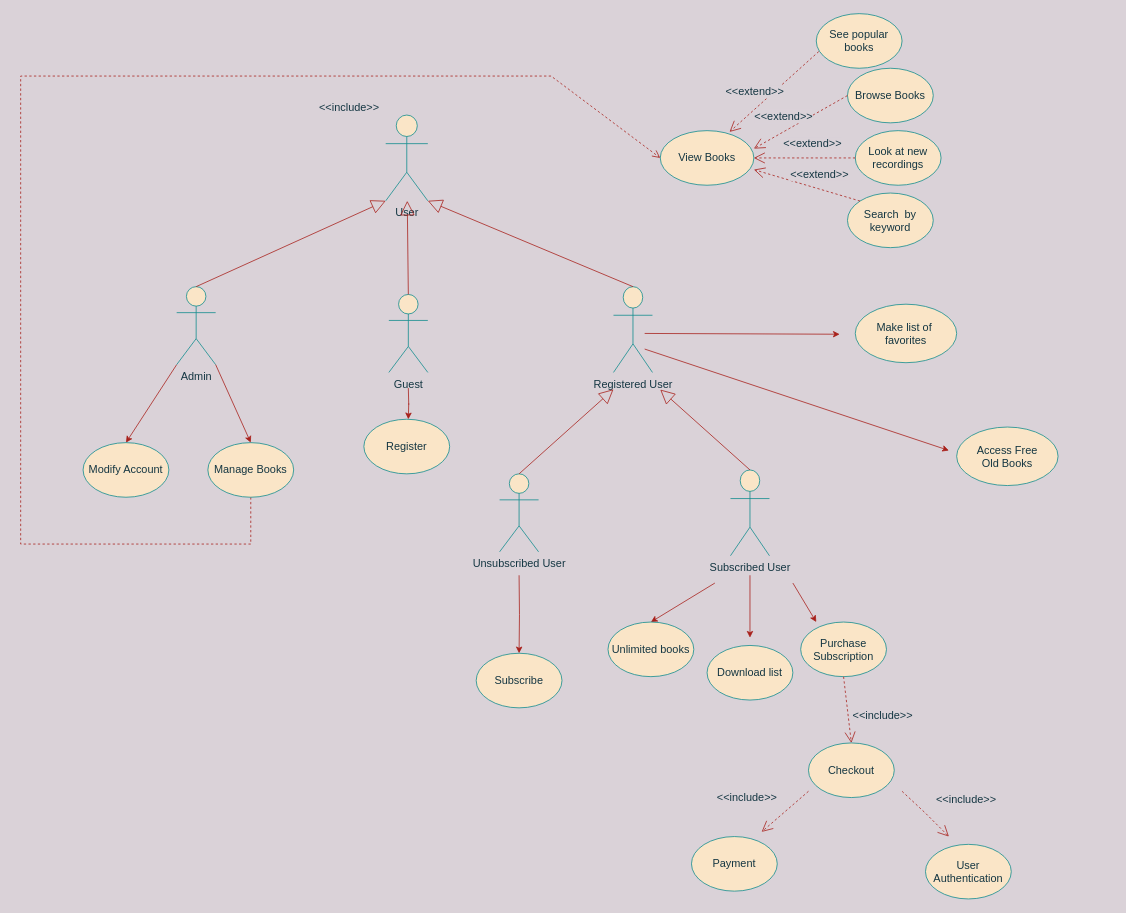
Earlier version of the draw.io diagram UseCase Diagram.drawio (omgits0mar/Audio_Book_System-SAAD). Source tidied: cells renumbered, new cells numbered last; positions are measured from the earlier drawing's top-left corner, leaving out a move shared by most shapes. Both pictures are drawn from the tidied source at 78%, with x=0, y=0 at pixel (20, 13).
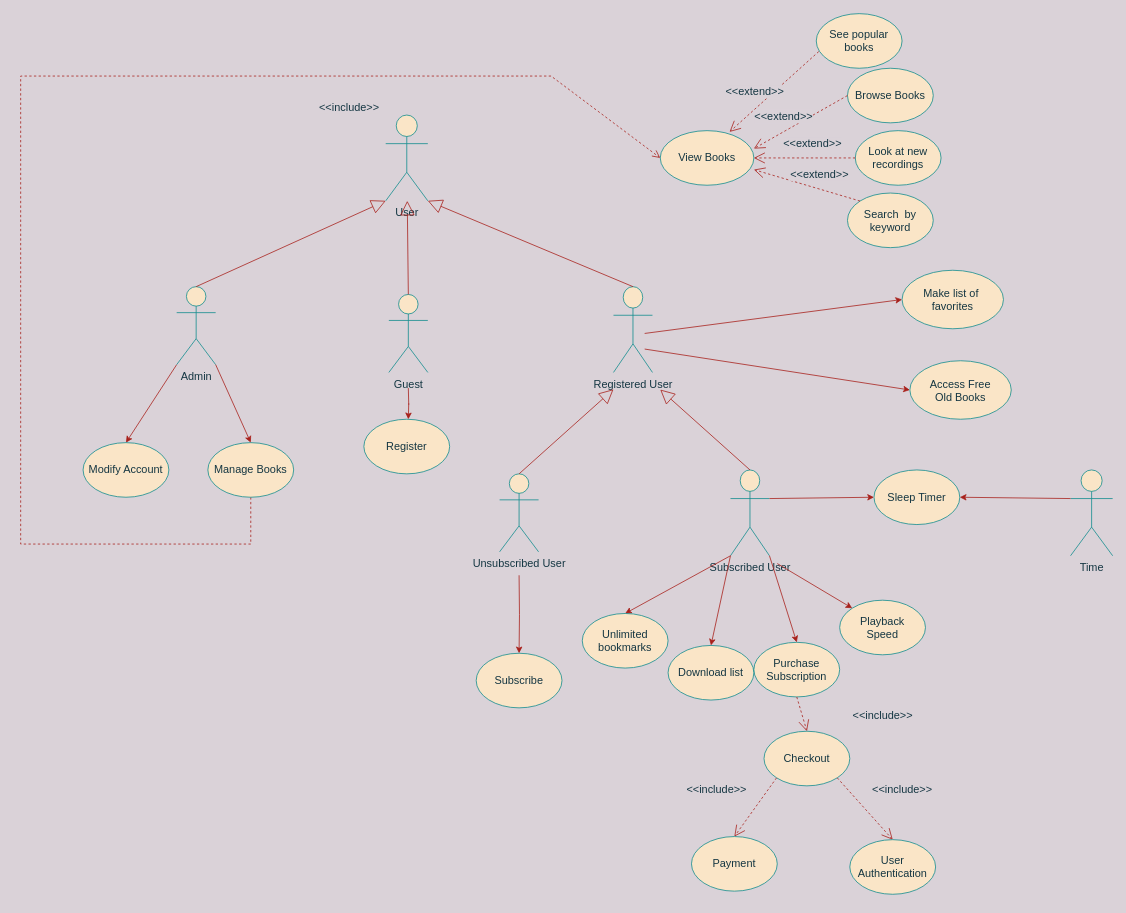
The same diagram, later.

The change refers to these unchanged cells:
```xml
<mxCell id="9" value="Subscribed User&lt;br style=&quot;font-size: 14px;&quot;&gt;&amp;nbsp;" style="shape=umlActor;verticalLabelPosition=bottom;verticalAlign=top;html=1;fontSize=14;fillColor=#FAE5C7;strokeColor=#0F8B8D;fontColor=#143642;" parent="1" vertex="1">
  <mxGeometry x="910" y="585" width="50" height="110" as="geometry" />
</mxCell>
<mxCell id="42" value="Payment" style="ellipse;whiteSpace=wrap;html=1;fontSize=14;fillColor=#FAE5C7;strokeColor=#0F8B8D;fontColor=#143642;" parent="1" vertex="1">
  <mxGeometry x="860" y="1055" width="110" height="70" as="geometry" />
</mxCell>
```

Change to the diagram source:
```diff
@@
-    <mxCell id="8" style="edgeStyle=orthogonalEdgeStyle;rounded=0;orthogonalLoop=1;jettySize=auto;html=1;fontSize=14;labelBackgroundColor=#DAD2D8;strokeColor=#A8201A;fontColor=#143642;" parent="1" edge="1">
-      <mxGeometry relative="1" as="geometry">
-        <mxPoint x="935" y="720" as="sourcePoint" />
-        <mxPoint x="935" y="800" as="targetPoint" />
-      </mxGeometry>
-    </mxCell>
@@
     <mxCell id="26" value="Download list" style="ellipse;whiteSpace=wrap;html=1;fontSize=14;fillColor=#FAE5C7;strokeColor=#0F8B8D;fontColor=#143642;" parent="1" vertex="1">
-      <mxGeometry x="880" y="810" width="110" height="70" as="geometry" />
+      <mxGeometry x="830" y="810" width="110" height="70" as="geometry" />
     </mxCell>
-    <mxCell id="27" style="endArrow=classic;html=1;rounded=0;fontSize=14;labelBackgroundColor=#DAD2D8;strokeColor=#A8201A;fontColor=#143642;" parent="1" edge="1">
+    <mxCell id="27" style="endArrow=classic;html=1;rounded=0;fontSize=14;labelBackgroundColor=#DAD2D8;strokeColor=#A8201A;fontColor=#143642;entryX=0;entryY=0.5;entryDx=0;entryDy=0;" parent="1" edge="1" target="28">
       <mxGeometry relative="1" as="geometry">
         <mxPoint x="800" y="410" as="sourcePoint" />
-        <mxPoint x="1050" y="411" as="targetPoint" />
       </mxGeometry>
     </mxCell>
     <mxCell id="28" value="Make list of&amp;nbsp;&lt;br&gt;favorites" style="ellipse;whiteSpace=wrap;html=1;fontSize=14;fillColor=#FAE5C7;strokeColor=#0F8B8D;fontColor=#143642;" parent="1" vertex="1">
-      <mxGeometry x="1070" y="372.5" width="130" height="75" as="geometry" />
+      <mxGeometry x="1130" y="329" width="130" height="75" as="geometry" />
     </mxCell>
@@
     <mxCell id="30" value="&lt;font style=&quot;font-size: 14px;&quot;&gt;Purchase&lt;br style=&quot;font-size: 14px;&quot;&gt;Subscription&lt;/font&gt;" style="ellipse;whiteSpace=wrap;html=1;fontSize=14;fillColor=#FAE5C7;strokeColor=#0F8B8D;fontColor=#143642;" parent="1" vertex="1">
-      <mxGeometry x="1000" y="780" width="110" height="70" as="geometry" />
+      <mxGeometry x="940" y="806" width="110" height="70" as="geometry" />
     </mxCell>
-    <mxCell id="31" style="endArrow=classic;html=1;rounded=0;fontSize=14;labelBackgroundColor=#DAD2D8;strokeColor=#A8201A;fontColor=#143642;" parent="1" edge="1">
-      <mxGeometry relative="1" as="geometry">
-        <mxPoint x="990" y="730" as="sourcePoint" />
-        <mxPoint x="1020" y="780" as="targetPoint" />
-      </mxGeometry>
+    <mxCell id="31" style="endArrow=classic;html=1;rounded=0;fontSize=14;labelBackgroundColor=#DAD2D8;strokeColor=#A8201A;fontColor=#143642;entryX=0.5;entryY=0;entryDx=0;entryDy=0;exitX=1;exitY=1;exitDx=0;exitDy=0;exitPerimeter=0;" parent="1" edge="1" source="9" target="30">
+      <mxGeometry relative="1" as="geometry" />
     </mxCell>
-    <mxCell id="32" style="endArrow=classic;html=1;rounded=0;fontSize=14;labelBackgroundColor=#DAD2D8;strokeColor=#A8201A;fontColor=#143642;entryX=0.5;entryY=0;entryDx=0;entryDy=0;" parent="1" edge="1" target="33">
-      <mxGeometry relative="1" as="geometry">
-        <mxPoint x="890" y="730" as="sourcePoint" />
-      </mxGeometry>
+    <mxCell id="32" style="endArrow=classic;html=1;rounded=0;fontSize=14;labelBackgroundColor=#DAD2D8;strokeColor=#A8201A;fontColor=#143642;entryX=0.5;entryY=0;entryDx=0;entryDy=0;exitX=0;exitY=1;exitDx=0;exitDy=0;exitPerimeter=0;" parent="1" edge="1" source="9" target="33">
+      <mxGeometry relative="1" as="geometry" />
     </mxCell>
-    <mxCell id="33" value="Unlimited books" style="ellipse;whiteSpace=wrap;html=1;fontSize=14;fillColor=#FAE5C7;strokeColor=#0F8B8D;fontColor=#143642;" parent="1" vertex="1">
-      <mxGeometry x="753" y="780" width="110" height="70" as="geometry" />
+    <mxCell id="33" value="Unlimited &lt;br&gt;bookmarks" style="ellipse;whiteSpace=wrap;html=1;fontSize=14;fillColor=#FAE5C7;strokeColor=#0F8B8D;fontColor=#143642;" parent="1" vertex="1">
+      <mxGeometry x="720" y="769" width="110" height="70" as="geometry" />
     </mxCell>
@@
     <mxCell id="36" value="&lt;font style=&quot;font-size: 14px;&quot;&gt;Checkout&lt;/font&gt;" style="ellipse;whiteSpace=wrap;html=1;fontSize=14;fillColor=#FAE5C7;strokeColor=#0F8B8D;fontColor=#143642;" parent="1" vertex="1">
-      <mxGeometry x="1010" y="935" width="110" height="70" as="geometry" />
+      <mxGeometry x="953" y="920" width="110" height="70" as="geometry" />
     </mxCell>
-    <mxCell id="37" style="endArrow=open;endSize=12;dashed=1;html=1;rounded=0;fontSize=14;labelBackgroundColor=#DAD2D8;strokeColor=#A8201A;fontColor=#143642;" parent="1" edge="1">
-      <mxGeometry relative="1" as="geometry">
-        <mxPoint x="1130" y="997" as="sourcePoint" />
-        <mxPoint x="1190" y="1055" as="targetPoint" />
-        <Array as="points">
-          <mxPoint x="1160" y="1025" />
-        </Array>
-      </mxGeometry>
+    <mxCell id="37" style="endArrow=open;endSize=12;dashed=1;html=1;rounded=0;fontSize=14;labelBackgroundColor=#DAD2D8;strokeColor=#A8201A;fontColor=#143642;entryX=0.5;entryY=0;entryDx=0;entryDy=0;exitX=1;exitY=1;exitDx=0;exitDy=0;" parent="1" edge="1" source="36" target="41">
+      <mxGeometry relative="1" as="geometry" />
     </mxCell>
@@
-    <mxCell id="39" style="endArrow=open;endSize=12;dashed=1;html=1;rounded=0;fontSize=14;labelBackgroundColor=#DAD2D8;strokeColor=#A8201A;fontColor=#143642;" parent="1" edge="1">
-      <mxGeometry relative="1" as="geometry">
-        <mxPoint x="1010" y="997" as="sourcePoint" />
-        <mxPoint x="950" y="1049" as="targetPoint" />
-      </mxGeometry>
+    <mxCell id="39" style="endArrow=open;endSize=12;dashed=1;html=1;rounded=0;fontSize=14;labelBackgroundColor=#DAD2D8;strokeColor=#A8201A;fontColor=#143642;entryX=0.5;entryY=0;entryDx=0;entryDy=0;exitX=0;exitY=1;exitDx=0;exitDy=0;" parent="1" edge="1" source="36" target="42">
+      <mxGeometry relative="1" as="geometry" />
     </mxCell>
@@
     <mxCell id="41" value="User Authentication" style="ellipse;whiteSpace=wrap;html=1;fontSize=14;fillColor=#FAE5C7;strokeColor=#0F8B8D;fontColor=#143642;" parent="1" vertex="1">
-      <mxGeometry x="1160" y="1065" width="110" height="70" as="geometry" />
+      <mxGeometry x="1063" y="1059" width="110" height="70" as="geometry" />
     </mxCell>
@@
-    <mxCell id="44" style="endArrow=classic;html=1;rounded=0;fontSize=14;labelBackgroundColor=#DAD2D8;strokeColor=#A8201A;fontColor=#143642;" parent="1" edge="1">
+    <mxCell id="44" style="endArrow=classic;html=1;rounded=0;fontSize=14;labelBackgroundColor=#DAD2D8;strokeColor=#A8201A;fontColor=#143642;entryX=0;entryY=0.5;entryDx=0;entryDy=0;" parent="1" edge="1" target="45">
       <mxGeometry relative="1" as="geometry">
         <mxPoint x="800" y="430" as="sourcePoint" />
-        <mxPoint x="1190" y="560" as="targetPoint" />
       </mxGeometry>
     </mxCell>
     <mxCell id="45" value="&lt;font style=&quot;font-size: 14px&quot;&gt;Access Free&lt;br&gt;Old Books&lt;/font&gt;" style="ellipse;whiteSpace=wrap;html=1;fillColor=#FAE5C7;strokeColor=#0F8B8D;fontColor=#143642;" parent="1" vertex="1">
-      <mxGeometry x="1200" y="530" width="130" height="75" as="geometry" />
+      <mxGeometry x="1140" y="445" width="130" height="75" as="geometry" />
     </mxCell>
@@
+    <mxCell id="51" value="Time" style="shape=umlActor;verticalLabelPosition=bottom;verticalAlign=top;html=1;outlineConnect=0;fontSize=14;labelBackgroundColor=none;fillColor=#FAE5C7;strokeColor=#0F8B8D;fontColor=#143642;" parent="1" vertex="1">
+      <mxGeometry x="1346" y="585" width="54" height="110" as="geometry" />
+    </mxCell>
+    <mxCell id="52" value="Playback &lt;br&gt;Speed" style="ellipse;whiteSpace=wrap;html=1;fontSize=14;fillColor=#FAE5C7;strokeColor=#0F8B8D;fontColor=#143642;" parent="1" vertex="1">
+      <mxGeometry x="1050" y="752" width="110" height="70" as="geometry" />
+    </mxCell>
+    <mxCell id="53" value="Sleep Timer" style="ellipse;whiteSpace=wrap;html=1;fontSize=14;fillColor=#FAE5C7;strokeColor=#0F8B8D;fontColor=#143642;" parent="1" vertex="1">
+      <mxGeometry x="1094" y="585" width="110" height="70" as="geometry" />
+    </mxCell>
+    <mxCell id="54" style="endArrow=classic;html=1;rounded=0;fontSize=14;labelBackgroundColor=#DAD2D8;strokeColor=#A8201A;fontColor=#143642;entryX=0.5;entryY=0;entryDx=0;entryDy=0;exitX=0;exitY=1;exitDx=0;exitDy=0;exitPerimeter=0;" parent="1" edge="1" source="9" target="26">
+      <mxGeometry relative="1" as="geometry" />
+    </mxCell>
+    <mxCell id="55" style="endArrow=classic;html=1;rounded=0;fontSize=14;labelBackgroundColor=#DAD2D8;strokeColor=#A8201A;fontColor=#143642;entryX=0;entryY=0;entryDx=0;entryDy=0;exitX=1;exitY=1;exitDx=0;exitDy=0;exitPerimeter=0;" parent="1" edge="1" target="52">
+      <mxGeometry relative="1" as="geometry">
+        <mxPoint x="970" y="705" as="sourcePoint" />
+      </mxGeometry>
+    </mxCell>
+    <mxCell id="56" style="endArrow=classic;html=1;rounded=0;fontSize=14;labelBackgroundColor=#DAD2D8;strokeColor=#A8201A;fontColor=#143642;entryX=0;entryY=0.5;entryDx=0;entryDy=0;exitX=1;exitY=0.3333333333333333;exitDx=0;exitDy=0;exitPerimeter=0;" parent="1" edge="1" source="9" target="53">
+      <mxGeometry relative="1" as="geometry" />
+    </mxCell>
+    <mxCell id="57" style="endArrow=classic;html=1;rounded=0;fontSize=14;labelBackgroundColor=#DAD2D8;strokeColor=#A8201A;fontColor=#143642;entryX=1;entryY=0.5;entryDx=0;entryDy=0;exitX=0;exitY=0.3333333333333333;exitDx=0;exitDy=0;exitPerimeter=0;" parent="1" edge="1" source="51" target="53">
+      <mxGeometry relative="1" as="geometry" />
+    </mxCell>
```
